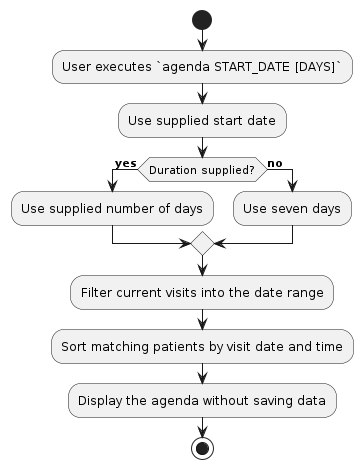
Above: diagrams/AgendaCommandActivityDiagram.png in AY2627S1-CS2103T-T09-4/tp (PlantUML), before the change. Its source is kept beside it as diagrams/AgendaCommandActivityDiagram.puml. The source it was exported from:
```plantuml
@startuml
!include style.puml

start
:User executes `agenda START_DATE [DAYS]`;
:Use supplied start date;
if (Duration supplied?) then (yes)
  :Use supplied number of days;
else (no)
  :Use seven days;
endif
:Filter current visits into the date range;
:Sort matching patients by visit date and time;
:Display the agenda without saving data;
stop

@enduml
```
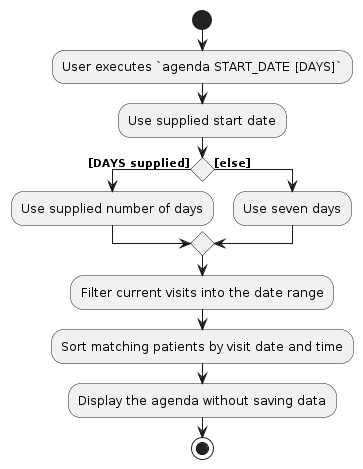
Later version of the same file.

Diff of the diagram source:
```diff
@@ -4,9 +4,9 @@
 start
 :User executes `agenda START_DATE [DAYS]`;
 :Use supplied start date;
-if (Duration supplied?) then (yes)
+if () then ([DAYS supplied])
   :Use supplied number of days;
-else (no)
+else ([else])
   :Use seven days;
 endif
 :Filter current visits into the date range;
```
